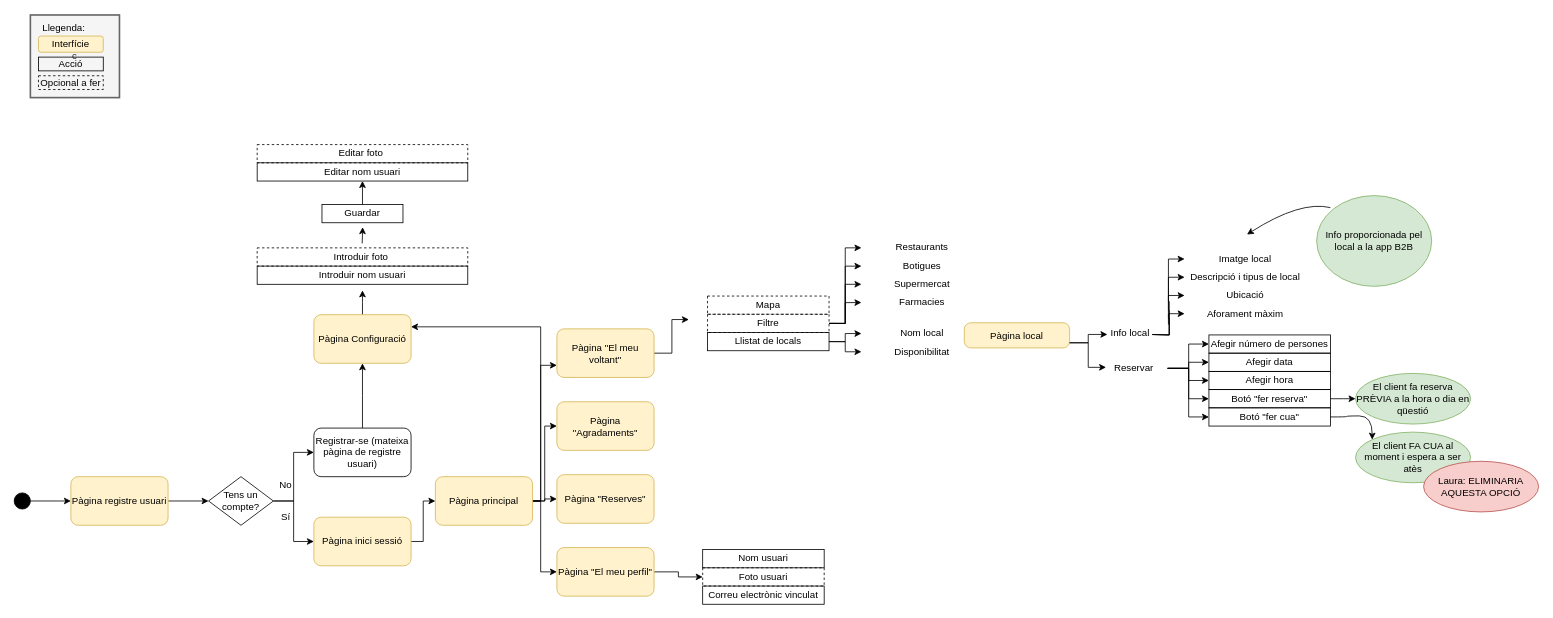
laurasistach/sinedie keeps this draw.io diagram as page "Flow general B2C" (2 of 3) of Sinedie.drawio. Above is the earlier version. Source tidied: cells renumbered, new cells numbered last; positions are measured from the earlier drawing's top-left corner, leaving out a move shared by most shapes. Both pictures are drawn from the tidied source at 81%, with x=0, y=0 at pixel (14, 15).
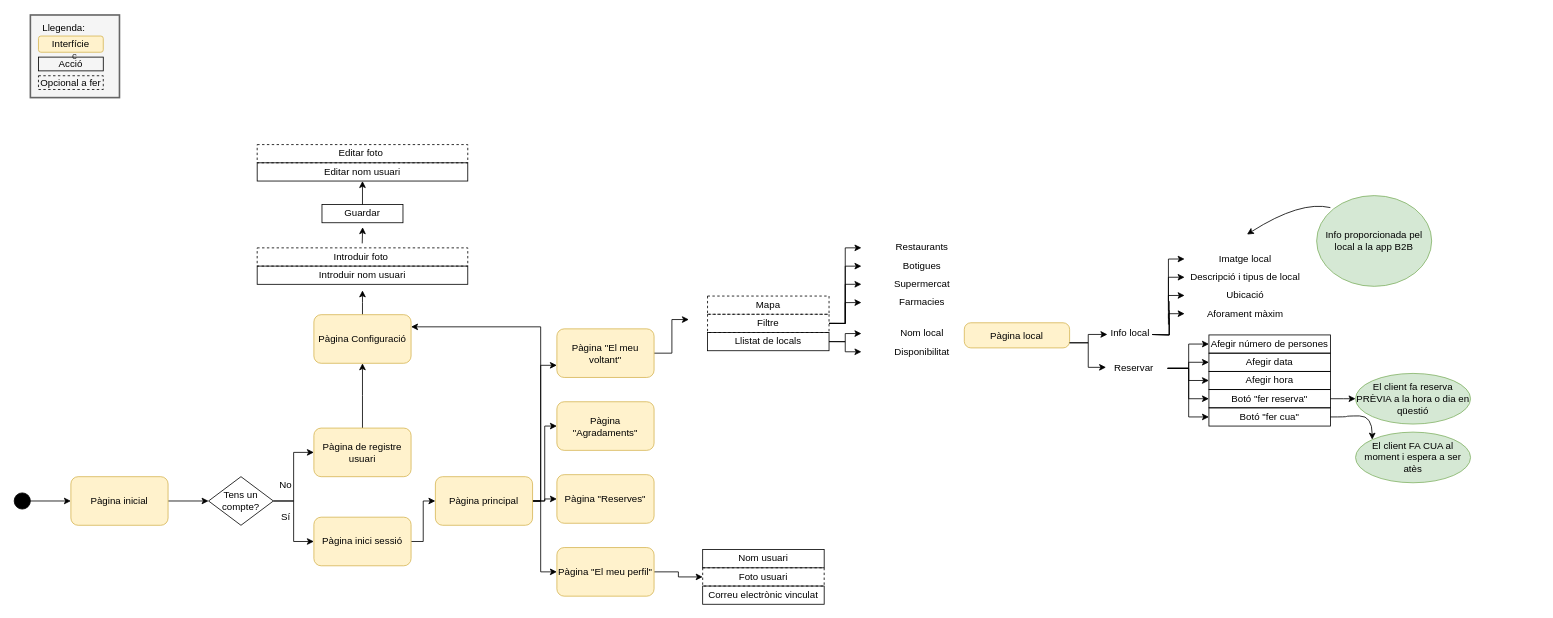
Above is the later version.

Change to the diagram source:
```diff
@@
-    <mxCell id="6" value="Pàgina registre usuari" style="rounded=1;whiteSpace=wrap;html=1;fillColor=#fff2cc;strokeColor=#d6b656;" parent="1" vertex="1">
+    <mxCell id="6" value="Pàgina inicial" style="rounded=1;whiteSpace=wrap;html=1;fillColor=#fff2cc;strokeColor=#d6b656;" parent="1" vertex="1">
       <mxGeometry x="70" y="570" width="120" height="60" as="geometry" />
     </mxCell>
@@
-    <mxCell id="11" value="Registrar-se (mateixa pàgina de registre usuari)" style="rounded=1;whiteSpace=wrap;html=1;fillColor=none;" parent="1" vertex="1">
+    <mxCell id="11" value="Pàgina de registre usuari" style="rounded=1;whiteSpace=wrap;html=1;fillColor=#fff2cc;strokeColor=#d6b656;" parent="1" vertex="1">
       <mxGeometry x="370" y="510" width="120" height="60" as="geometry" />
     </mxCell>
@@
-    <mxCell id="88" value="Laura: ELIMINARIA AQUESTA OPCIÓ" style="ellipse;whiteSpace=wrap;html=1;fillColor=#f8cecc;strokeColor=#b85450;" parent="1" vertex="1">
-      <mxGeometry x="1740" y="551" width="142" height="62.5" as="geometry" />
-    </mxCell>
```
